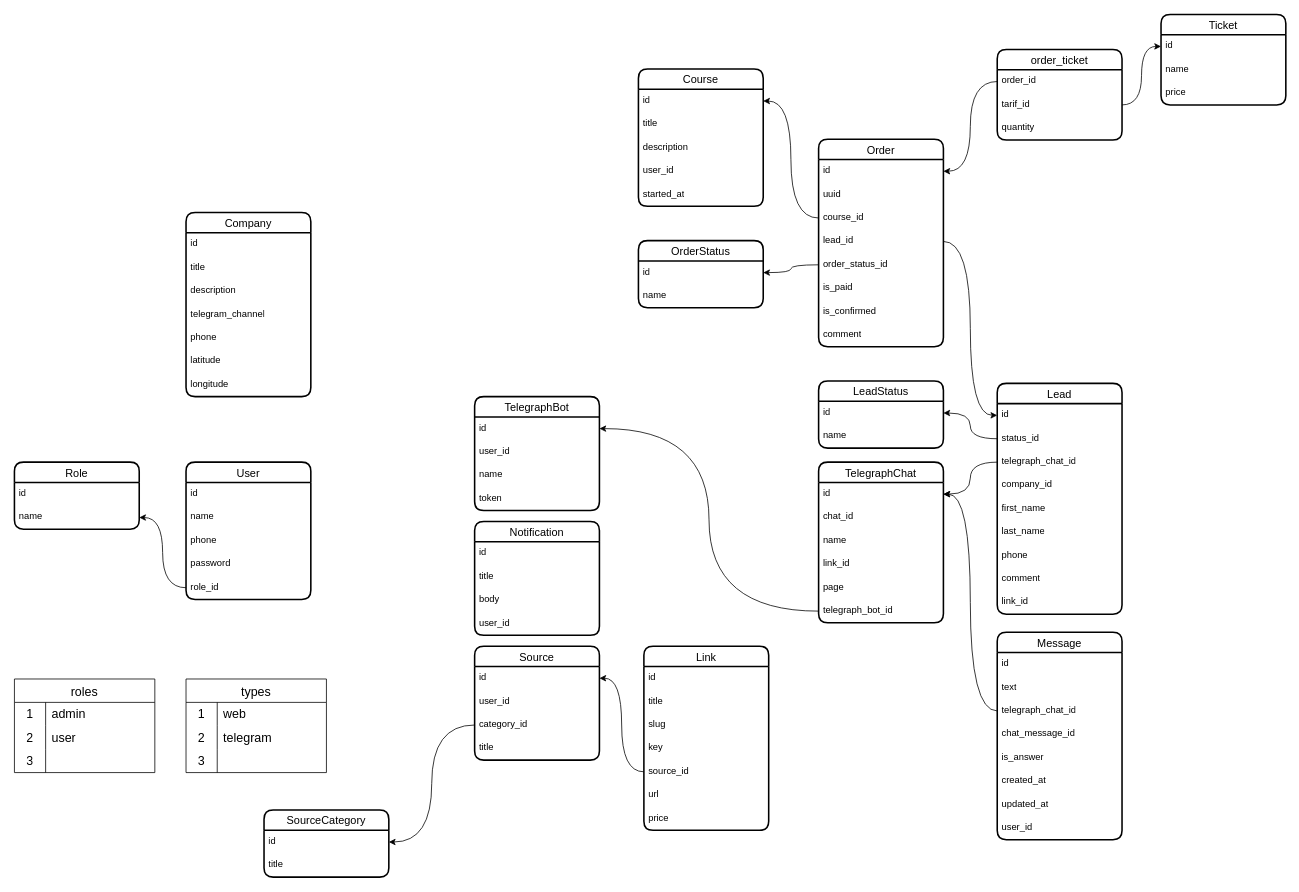
Before: page "SAMO" (2 of 3) of sales-up.drawio in iztileuoff/databases, a draw.io diagram. Source tidied: cells renumbered, new cells numbered last; positions are measured from the earlier drawing's top-left corner, leaving out a move shared by most shapes. Both pictures are drawn from the tidied source at 78%, with x=0, y=0 at pixel (14, 14).
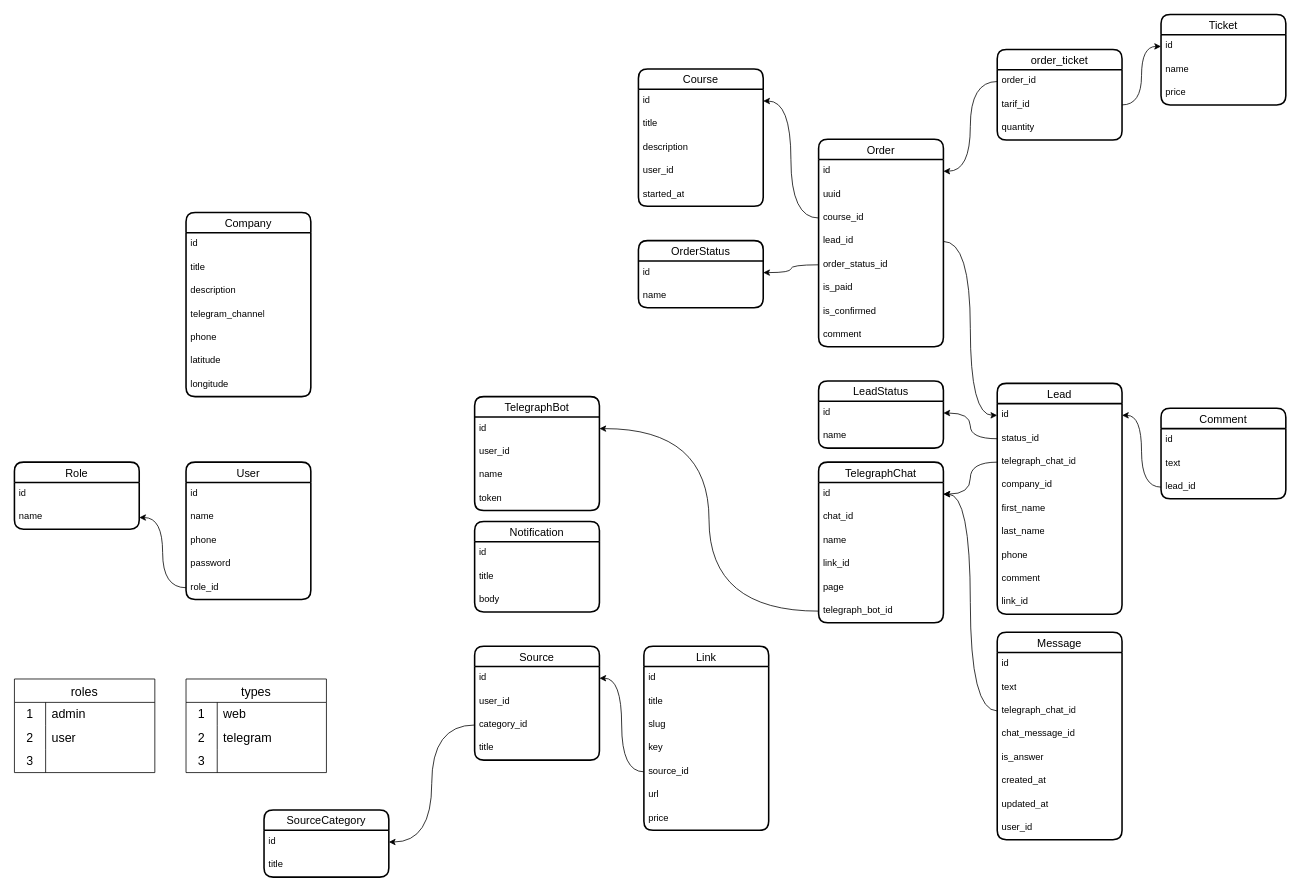
Above is the later version.

Unchanged cells that the change refers to:
```xml
<mxCell id="86" value="id" style="text;strokeColor=none;fillColor=none;spacingLeft=4;spacingRight=4;overflow=hidden;points=[[0,0.5],[1,0.5]];portConstraint=eastwest;fontSize=12;whiteSpace=wrap;html=1;" parent="85" vertex="1">
  <mxGeometry y="26" width="160" height="30" as="geometry" />
</mxCell>
```

Diff of the diagram source:
```diff
@@
     <mxCell id="55" value="Notification" style="swimlane;fontStyle=0;horizontal=1;startSize=26;align=center;fontSize=14;strokeWidth=2;rounded=1;shadow=0;glass=0;swimlaneLine=1;" parent="1" vertex="1">
-      <mxGeometry x="590" y="650" width="160" height="146" as="geometry" />
+      <mxGeometry x="590" y="650" width="160" height="116" as="geometry" />
     </mxCell>
@@
-    <mxCell id="59" value="user_id" style="text;strokeColor=none;fillColor=none;spacingLeft=4;spacingRight=4;overflow=hidden;fontSize=12;whiteSpace=wrap;html=1;" parent="55" vertex="1">
-      <mxGeometry y="116" width="160" height="30" as="geometry" />
-    </mxCell>
@@
+    <mxCell id="132" value="Comment" style="swimlane;fontStyle=0;horizontal=1;startSize=26;align=center;fontSize=14;strokeWidth=2;rounded=1;shadow=0;glass=0;swimlaneLine=1;" parent="1" vertex="1">
+      <mxGeometry x="1470" y="505" width="160" height="116" as="geometry" />
+    </mxCell>
+    <mxCell id="133" value="id" style="text;strokeColor=none;fillColor=none;spacingLeft=4;spacingRight=4;overflow=hidden;fontSize=12;whiteSpace=wrap;html=1;" parent="132" vertex="1">
+      <mxGeometry y="26" width="160" height="30" as="geometry" />
+    </mxCell>
+    <mxCell id="134" value="text" style="text;strokeColor=none;fillColor=none;spacingLeft=4;spacingRight=4;overflow=hidden;fontSize=12;whiteSpace=wrap;html=1;" parent="132" vertex="1">
+      <mxGeometry y="56" width="160" height="30" as="geometry" />
+    </mxCell>
+    <mxCell id="135" value="lead_id" style="text;strokeColor=none;fillColor=none;spacingLeft=4;spacingRight=4;overflow=hidden;points=[[0,0.5],[1,0.5]];portConstraint=eastwest;fontSize=12;whiteSpace=wrap;html=1;" parent="132" vertex="1">
+      <mxGeometry y="86" width="160" height="30" as="geometry" />
+    </mxCell>
+    <mxCell id="136" style="edgeStyle=orthogonalEdgeStyle;rounded=0;jettySize=auto;html=1;entryX=1;entryY=0.5;entryDx=0;entryDy=0;curved=1;" parent="1" edge="1" source="135" target="86">
+      <mxGeometry relative="1" as="geometry" />
+    </mxCell>
```
